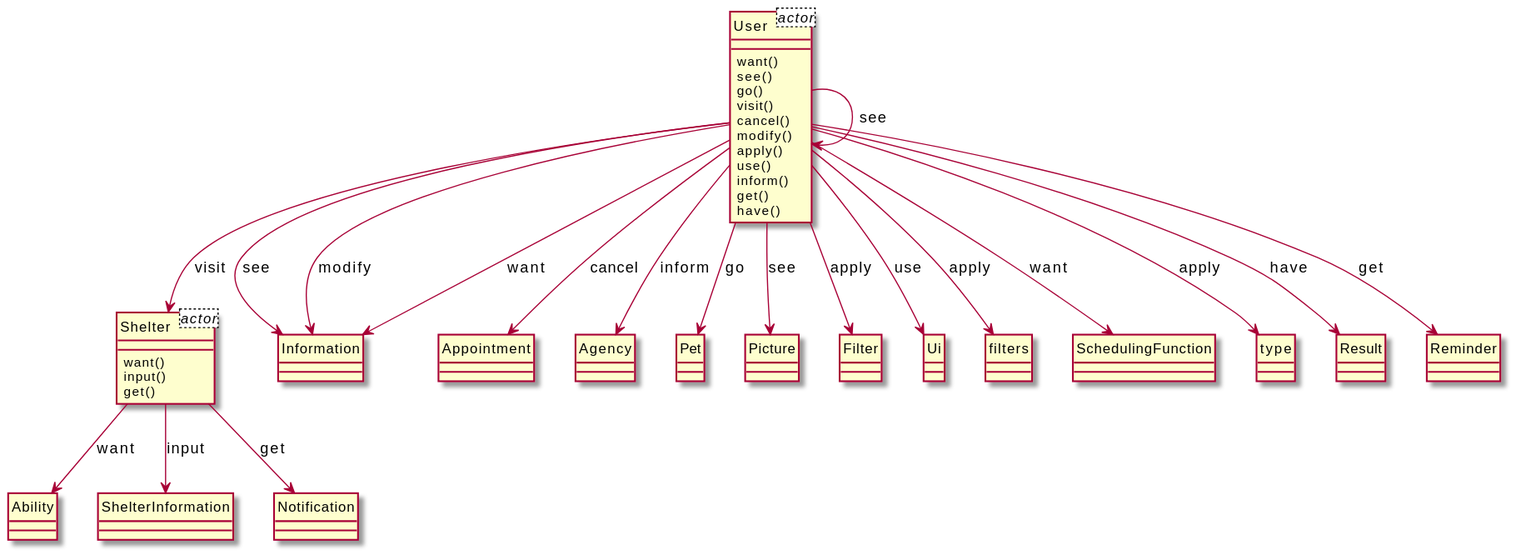
xixixhalu/DomainModelExtractor keeps this PlantUML diagram as output/diagram_5/2016-USC-Project07.svg. Above is the earlier version. Source of this version:
```plantuml
@startuml
hide circle
class User<actor> {
}
class Shelter<actor> {
}
class User {
	want()
	see()
	go()
	visit()
	cancel()
	modify()
	apply()
	use()
	inform()
	get()
	have()
}
class Information {
}
class Appointment {
}
class Agency {
}
class Pet {
}
class Picture {
}
class Filter {
}
class Shelter {
	want()
	input()
	get()
}
class Ability {
}
class Ui {
}
class filters {
}
class SchedulingFunction {
}
class type {
}
class ShelterInformation {
}
class Result {
}
class Reminder {
}
class Notification {
}
User --> Information : see
User --> Pet : go
User --> Result : have
User --> Picture : see
User --> Filter : apply
Shelter --> Ability : want
Shelter --> Notification : get
User --> Ui : use
User --> Information : modify
User --> filters : apply
User --> SchedulingFunction : want
User --> User : see
User --> type : apply
User --> Information : want
Shelter --> ShelterInformation : input
User --> Appointment : cancel
User --> Reminder : get
User --> Shelter : visit
User --> Agency : inform
@enduml
```
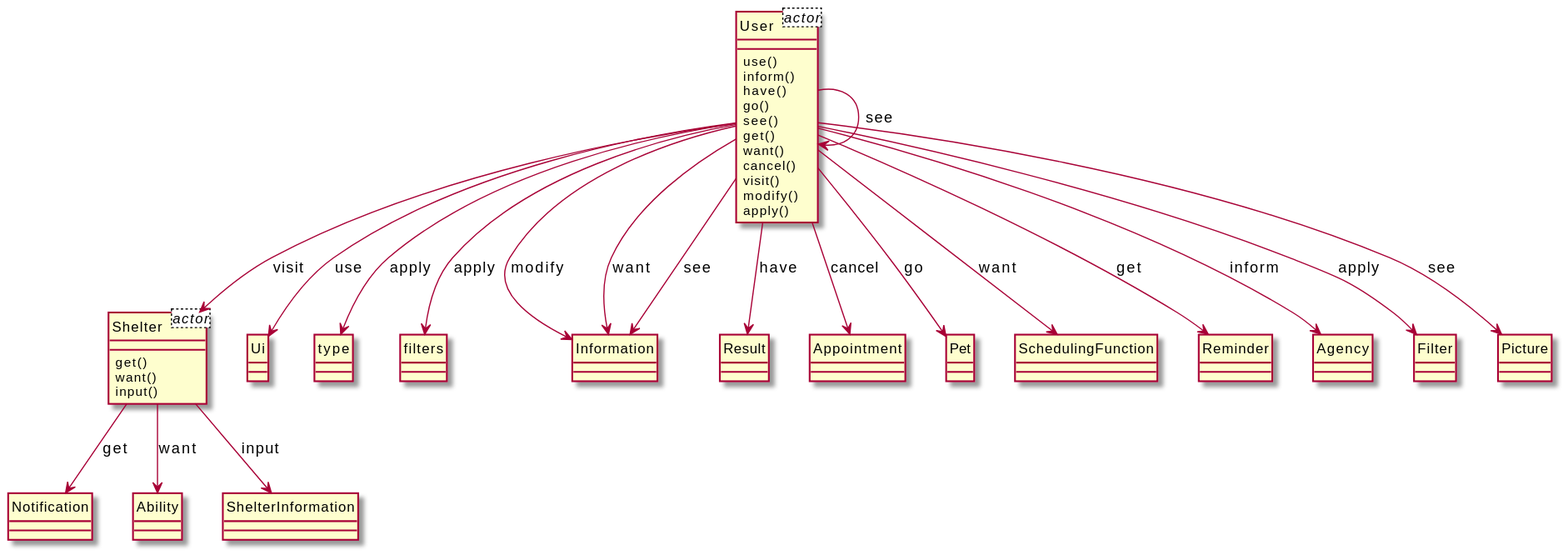
After the change.

The edit, as a diff of the source:
```diff
@@ -5,70 +5,70 @@
 class Shelter<actor> {
 }
 class User {
+	use()
+	inform()
+	have()
+	go()
+	see()
+	get()
 	want()
-	see()
-	go()
+	cancel()
 	visit()
-	cancel()
 	modify()
 	apply()
-	use()
-	inform()
-	get()
-	have()
+}
+class Ui {
+}
+class type {
+}
+class filters {
 }
 class Information {
 }
+class Result {
+}
+class Shelter {
+	get()
+	want()
+	input()
+}
+class Notification {
+}
+class Ability {
+}
 class Appointment {
+}
+class Pet {
+}
+class SchedulingFunction {
+}
+class ShelterInformation {
+}
+class Reminder {
 }
 class Agency {
 }
-class Pet {
+class Filter {
 }
 class Picture {
 }
-class Filter {
-}
-class Shelter {
-	want()
-	input()
-	get()
-}
-class Ability {
-}
-class Ui {
-}
-class filters {
-}
-class SchedulingFunction {
-}
-class type {
-}
-class ShelterInformation {
-}
-class Result {
-}
-class Reminder {
-}
-class Notification {
-}
+User --> Information : modify
+User --> Reminder : get
+User --> Result : have
+User --> Agency : inform
+Shelter --> Notification : get
+User --> User : see
+Shelter --> Ability : want
+User --> Information : want
+User --> Shelter : visit
+User --> Appointment : cancel
+User --> Filter : apply
+User --> Pet : go
+User --> Ui : use
+User --> SchedulingFunction : want
+User --> type : apply
+Shelter --> ShelterInformation : input
+User --> Picture : see
+User --> filters : apply
 User --> Information : see
-User --> Pet : go
-User --> Result : have
-User --> Picture : see
-User --> Filter : apply
-Shelter --> Ability : want
-Shelter --> Notification : get
-User --> Ui : use
-User --> Information : modify
-User --> filters : apply
-User --> SchedulingFunction : want
-User --> User : see
-User --> type : apply
-User --> Information : want
-Shelter --> ShelterInformation : input
-User --> Appointment : cancel
-User --> Reminder : get
-User --> Shelter : visit
-User --> Agency : inform
 @enduml
```
